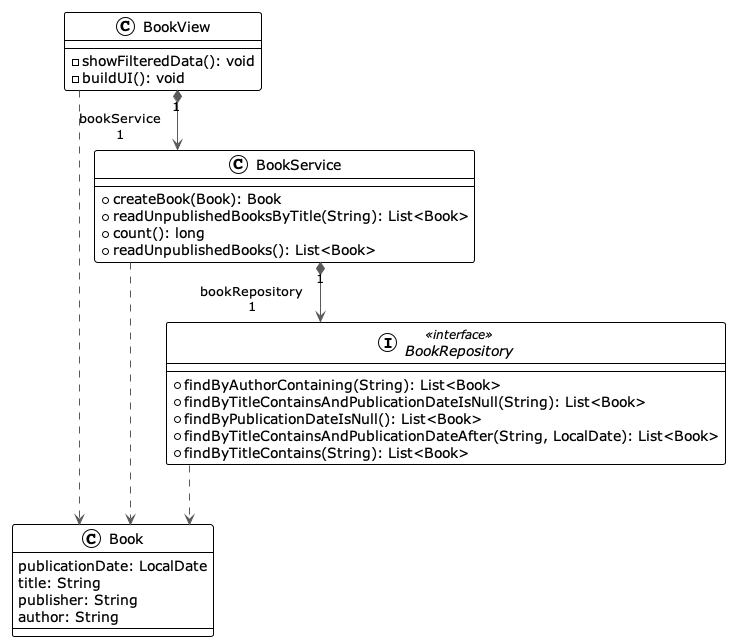
The PlantUML diagram models/Book Module Class Diagram.png in ruizrube/iw-fullstack, before a commit.
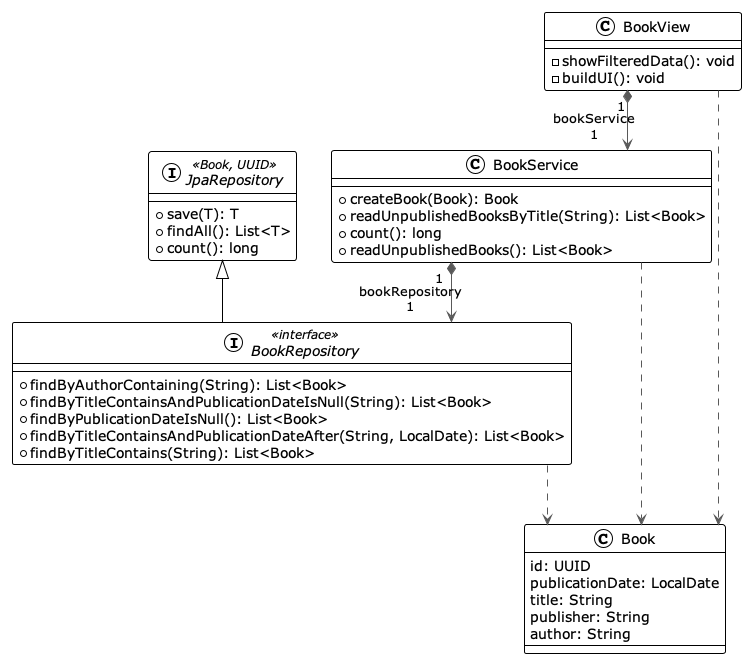
Later version of the same file.

Change to the diagram source:
```diff
@@ -5,12 +5,20 @@
 skinparam linetype ortho
 
 class Book {
+   id: UUID
    publicationDate: LocalDate
    title: String
    publisher: String
    author: String
 }
-interface BookRepository << interface >> {
+
+interface JpaRepository << Book, UUID >> {
+  + save(T): T
+  + findAll(): List<T>
+  + count(): long
+}
+
+interface BookRepository << interface >> extends JpaRepository{
   + findByAuthorContaining(String): List<Book>
   + findByTitleContainsAndPublicationDateIsNull(String): List<Book>
   + findByPublicationDateIsNull(): List<Book>
```
